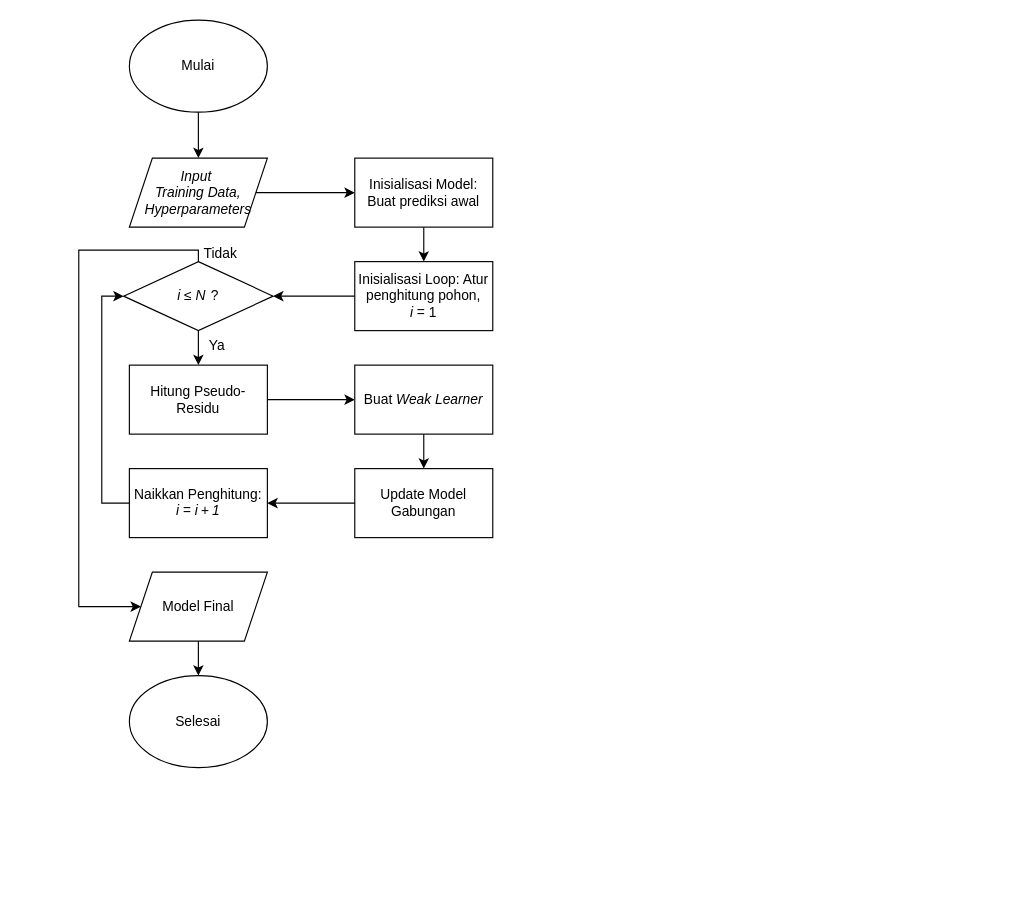
The draw.io diagram diagrams/Flowchart gradient boosting.drawio in fadhilra101/skripsi, before the edit. Source tidied: cells renumbered, new cells numbered last; positions are measured from the earlier drawing's top-left corner, leaving out a move shared by most shapes. Both pictures are drawn from the tidied source at 115%, with x=0, y=0 at pixel (78, 20).
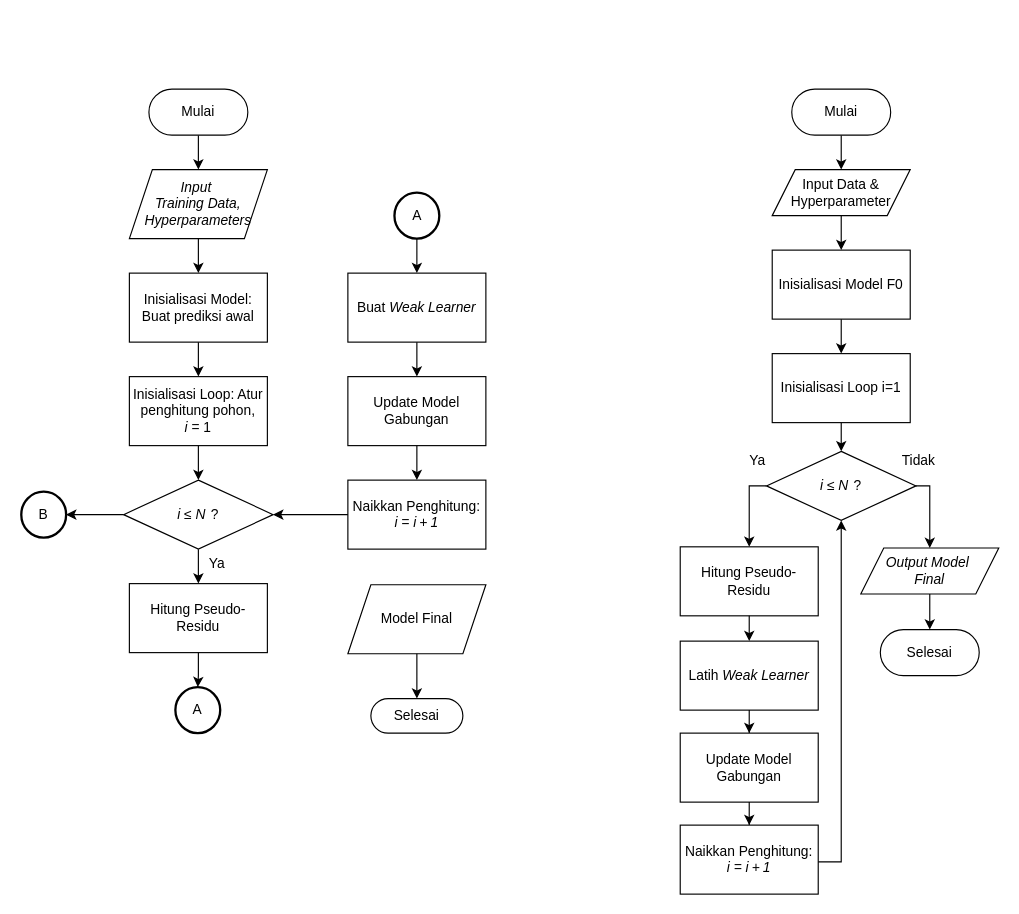
Above is the later version.

What changed in the source:
```diff
@@
-    <mxCell id="2" style="edgeStyle=orthogonalEdgeStyle;rounded=0;jettySize=auto;html=1;" parent="1" edge="1" source="3" target="5">
-      <mxGeometry relative="1" as="geometry" />
-    </mxCell>
-    <mxCell id="3" value="Mulai" style="ellipse;whiteSpace=wrap;html=1;fillColor=none;" parent="1" vertex="1">
-      <mxGeometry x="44" width="120" height="80" as="geometry" />
-    </mxCell>
@@
     <mxCell id="5" value="&lt;i&gt;Input&amp;nbsp;&lt;/i&gt;&lt;div&gt;&lt;i&gt;Training Data, Hyperparameters&lt;/i&gt;&lt;/div&gt;" style="shape=parallelogram;perimeter=parallelogramPerimeter;whiteSpace=wrap;html=1;fixedSize=1;fillColor=none;" parent="1" vertex="1">
-      <mxGeometry x="44" y="120" width="120" height="60" as="geometry" />
+      <mxGeometry x="44" y="130" width="120" height="60" as="geometry" />
     </mxCell>
-    <mxCell id="6" style="edgeStyle=orthogonalEdgeStyle;rounded=0;jettySize=auto;html=1;" parent="1" edge="1" source="7">
-      <mxGeometry relative="1" as="geometry">
-        <mxPoint x="300" y="210" as="targetPoint" />
-      </mxGeometry>
+    <mxCell id="6" style="edgeStyle=orthogonalEdgeStyle;rounded=0;jettySize=auto;html=1;entryX=0.5;entryY=0;entryDx=0;entryDy=0;" parent="1" edge="1" source="7" target="9">
+      <mxGeometry relative="1" as="geometry" />
     </mxCell>
     <mxCell id="7" value="Inisialisasi Model: Buat prediksi awal" style="rounded=0;whiteSpace=wrap;html=1;fillColor=none;" parent="1" vertex="1">
-      <mxGeometry x="240" y="120" width="120" height="60" as="geometry" />
+      <mxGeometry x="44" y="220" width="120" height="60" as="geometry" />
     </mxCell>
-    <mxCell id="8" style="edgeStyle=orthogonalEdgeStyle;rounded=0;jettySize=auto;html=1;" parent="1" edge="1" source="9" target="12">
-      <mxGeometry relative="1" as="geometry" />
+    <mxCell id="8" style="edgeStyle=orthogonalEdgeStyle;rounded=0;jettySize=auto;html=1;" parent="1" edge="1" source="9">
+      <mxGeometry relative="1" as="geometry">
+        <mxPoint x="104" y="400" as="targetPoint" />
+      </mxGeometry>
     </mxCell>
     <mxCell id="9" value="Inisialisasi Loop: Atur penghitung pohon, &lt;span class=&quot;katex&quot;&gt;&lt;span aria-hidden=&quot;true&quot; class=&quot;katex-html&quot;&gt;&lt;span class=&quot;base&quot;&gt;&lt;span style=&quot;height: 0.6595em;&quot; class=&quot;strut&quot;&gt;&lt;/span&gt;&lt;span class=&quot;mord mathnormal&quot;&gt;&lt;i&gt;i&lt;/i&gt;&lt;/span&gt;&lt;span style=&quot;margin-right: 0.2778em;&quot; class=&quot;mspace&quot;&gt;&lt;/span&gt;&lt;span class=&quot;mrel&quot;&gt;=&lt;/span&gt;&lt;span style=&quot;margin-right: 0.2778em;&quot; class=&quot;mspace&quot;&gt;&lt;/span&gt;&lt;/span&gt;&lt;span class=&quot;base&quot;&gt;&lt;span style=&quot;height: 0.6444em;&quot; class=&quot;strut&quot;&gt;&lt;/span&gt;&lt;span class=&quot;mord&quot;&gt;1&lt;/span&gt;&lt;/span&gt;&lt;/span&gt;&lt;/span&gt;" style="rounded=0;whiteSpace=wrap;html=1;fillColor=none;" parent="1" vertex="1">
-      <mxGeometry x="240" y="210" width="120" height="60" as="geometry" />
+      <mxGeometry x="44" y="310" width="120" height="60" as="geometry" />
     </mxCell>
-    <mxCell id="10" style="edgeStyle=orthogonalEdgeStyle;rounded=0;jettySize=auto;html=1;" parent="1" edge="1" source="12" target="14">
-      <mxGeometry relative="1" as="geometry" />
-    </mxCell>
-    <mxCell id="11" style="edgeStyle=orthogonalEdgeStyle;rounded=0;jettySize=auto;html=1;exitX=0.5;exitY=0;exitDx=0;exitDy=0;entryX=0;entryY=0.5;entryDx=0;entryDy=0;" parent="1" edge="1" source="12" target="22">
-      <mxGeometry relative="1" as="geometry">
-        <Array as="points">
-          <mxPoint x="104" y="200" />
-          <mxPoint y="200" />
-          <mxPoint y="510" />
-        </Array>
-      </mxGeometry>
-    </mxCell>
-    <mxCell id="12" value="&lt;i&gt;i&amp;nbsp;&lt;/i&gt;&lt;span style=&quot;&quot; class=&quot;katex&quot;&gt;&lt;span style=&quot;&quot; aria-hidden=&quot;true&quot; class=&quot;katex-html&quot;&gt;&lt;span style=&quot;&quot; class=&quot;base&quot;&gt;&lt;span style=&quot;&quot; class=&quot;mrel&quot;&gt;≤&lt;/span&gt;&lt;span style=&quot;margin-right: 0.2778em; margin-right: 0.2778em;&quot; class=&quot;mspace&quot;&gt;&lt;/span&gt;&lt;/span&gt;&lt;span style=&quot;&quot; class=&quot;base&quot;&gt;&lt;i&gt;&lt;span style=&quot;height: 0.6833em;&quot; class=&quot;strut&quot;&gt;&lt;/span&gt;&lt;span style=&quot;margin-right: 0.109em;&quot; class=&quot;mord mathnormal&quot;&gt;N&lt;/span&gt;&lt;/i&gt;&lt;/span&gt;&lt;/span&gt;&lt;/span&gt; ?" style="rhombus;whiteSpace=wrap;html=1;fillColor=none;" parent="1" vertex="1">
-      <mxGeometry x="39" y="210" width="130" height="60" as="geometry" />
-    </mxCell>
-    <mxCell id="13" style="edgeStyle=orthogonalEdgeStyle;rounded=0;jettySize=auto;html=1;" parent="1" edge="1" source="14" target="16">
-      <mxGeometry relative="1" as="geometry" />
-    </mxCell>
-    <mxCell id="14" value="Hitung Pseudo-Residu" style="rounded=0;whiteSpace=wrap;html=1;fillColor=none;" parent="1" vertex="1">
-      <mxGeometry x="44" y="300" width="120" height="60" as="geometry" />
-    </mxCell>
-    <mxCell id="15" style="edgeStyle=orthogonalEdgeStyle;rounded=0;jettySize=auto;html=1;" parent="1" edge="1" source="16" target="18">
-      <mxGeometry relative="1" as="geometry" />
-    </mxCell>
+    <mxCell id="26" style="edgeStyle=orthogonalEdgeStyle;rounded=0;jettySize=auto;html=1;" parent="1" edge="1" source="27" target="5">
+      <mxGeometry relative="1" as="geometry" />
+    </mxCell>
+    <mxCell id="27" value="Mulai" style="html=1;dashed=0;whiteSpace=wrap;shape=mxgraph.dfd.start;" parent="1" vertex="1">
+      <mxGeometry x="61" y="60" width="86" height="40" as="geometry" />
+    </mxCell>
+    <mxCell id="28" style="edgeStyle=orthogonalEdgeStyle;rounded=0;jettySize=auto;html=1;" parent="1" edge="1" source="29" target="16">
+      <mxGeometry relative="1" as="geometry" />
+    </mxCell>
+    <mxCell id="29" value="A" style="strokeWidth=2;html=1;shape=mxgraph.flowchart.start_2;whiteSpace=wrap;" parent="1" vertex="1">
+      <mxGeometry x="274.5" y="150" width="39" height="40" as="geometry" />
+    </mxCell>
+    <mxCell id="30" style="edgeStyle=orthogonalEdgeStyle;rounded=0;jettySize=auto;html=1;" parent="1" edge="1" source="31" target="42">
+      <mxGeometry relative="1" as="geometry" />
+    </mxCell>
+    <mxCell id="31" value="Hitung Pseudo-Residu" style="rounded=0;whiteSpace=wrap;html=1;fillColor=none;" parent="1" vertex="1">
+      <mxGeometry x="44" y="490" width="120" height="60" as="geometry" />
+    </mxCell>
+    <mxCell id="32" style="edgeStyle=orthogonalEdgeStyle;rounded=0;jettySize=auto;html=1;" parent="1" edge="1" source="16" target="34">
+      <mxGeometry relative="1" as="geometry" />
+    </mxCell>
     <mxCell id="16" value="Buat &lt;i&gt;Weak Learner&lt;/i&gt;" style="rounded=0;whiteSpace=wrap;html=1;fillColor=none;" parent="1" vertex="1">
-      <mxGeometry x="240" y="300" width="120" height="60" as="geometry" />
+      <mxGeometry x="234" y="220" width="120" height="60" as="geometry" />
     </mxCell>
-    <mxCell id="17" style="edgeStyle=orthogonalEdgeStyle;rounded=0;jettySize=auto;html=1;" parent="1" edge="1" source="18" target="20">
-      <mxGeometry relative="1" as="geometry" />
-    </mxCell>
-    <mxCell id="18" value="Update Model Gabungan" style="rounded=0;whiteSpace=wrap;html=1;fillColor=none;" parent="1" vertex="1">
-      <mxGeometry x="240" y="390" width="120" height="60" as="geometry" />
-    </mxCell>
-    <mxCell id="19" style="edgeStyle=orthogonalEdgeStyle;rounded=0;jettySize=auto;html=1;entryX=0;entryY=0.5;entryDx=0;entryDy=0;" parent="1" edge="1" source="20" target="12">
-      <mxGeometry relative="1" as="geometry">
-        <Array as="points">
-          <mxPoint x="20" y="420" />
-          <mxPoint x="20" y="240" />
-        </Array>
-      </mxGeometry>
-    </mxCell>
-    <mxCell id="20" value="Naikkan Penghitung: &lt;span class=&quot;katex&quot;&gt;&lt;span aria-hidden=&quot;true&quot; class=&quot;katex-html&quot;&gt;&lt;i&gt;&lt;span class=&quot;base&quot;&gt;&lt;span style=&quot;height: 0.6595em;&quot; class=&quot;strut&quot;&gt;&lt;/span&gt;&lt;span class=&quot;mord mathnormal&quot;&gt;i&lt;/span&gt;&lt;span style=&quot;margin-right: 0.2778em;&quot; class=&quot;mspace&quot;&gt;&lt;/span&gt;&lt;span class=&quot;mrel&quot;&gt;=&lt;/span&gt;&lt;span style=&quot;margin-right: 0.2778em;&quot; class=&quot;mspace&quot;&gt;&lt;/span&gt;&lt;/span&gt;&lt;span class=&quot;base&quot;&gt;&lt;span style=&quot;height: 0.7429em; vertical-align: -0.0833em;&quot; class=&quot;strut&quot;&gt;&lt;/span&gt;&lt;span class=&quot;mord mathnormal&quot;&gt;i&lt;/span&gt;&lt;span style=&quot;margin-right: 0.2222em;&quot; class=&quot;mspace&quot;&gt;&lt;/span&gt;&lt;span class=&quot;mbin&quot;&gt;+&lt;/span&gt;&lt;span style=&quot;margin-right: 0.2222em;&quot; class=&quot;mspace&quot;&gt;&lt;/span&gt;&lt;/span&gt;&lt;span class=&quot;base&quot;&gt;&lt;span style=&quot;height: 0.6444em;&quot; class=&quot;strut&quot;&gt;&lt;/span&gt;&lt;span class=&quot;mord&quot;&gt;1&lt;/span&gt;&lt;/span&gt;&lt;/i&gt;&lt;/span&gt;&lt;/span&gt;" style="rounded=0;whiteSpace=wrap;html=1;fillColor=none;" parent="1" vertex="1">
-      <mxGeometry x="44" y="390" width="120" height="60" as="geometry" />
-    </mxCell>
-    <mxCell id="21" style="edgeStyle=orthogonalEdgeStyle;rounded=0;jettySize=auto;html=1;" parent="1" edge="1" source="22" target="24">
-      <mxGeometry relative="1" as="geometry" />
-    </mxCell>
+    <mxCell id="33" style="edgeStyle=orthogonalEdgeStyle;rounded=0;jettySize=auto;html=1;" parent="1" edge="1" source="34" target="36">
+      <mxGeometry relative="1" as="geometry" />
+    </mxCell>
+    <mxCell id="34" value="Update Model Gabungan" style="rounded=0;whiteSpace=wrap;html=1;fillColor=none;" parent="1" vertex="1">
+      <mxGeometry x="234" y="310" width="120" height="60" as="geometry" />
+    </mxCell>
+    <mxCell id="35" style="edgeStyle=orthogonalEdgeStyle;rounded=0;jettySize=auto;html=1;entryX=1;entryY=0.5;entryDx=0;entryDy=0;" parent="1" edge="1" source="36" target="41">
+      <mxGeometry relative="1" as="geometry" />
+    </mxCell>
+    <mxCell id="36" value="Naikkan Penghitung: &lt;span class=&quot;katex&quot;&gt;&lt;span aria-hidden=&quot;true&quot; class=&quot;katex-html&quot;&gt;&lt;i&gt;&lt;span class=&quot;base&quot;&gt;&lt;span style=&quot;height: 0.6595em;&quot; class=&quot;strut&quot;&gt;&lt;/span&gt;&lt;span class=&quot;mord mathnormal&quot;&gt;i&lt;/span&gt;&lt;span style=&quot;margin-right: 0.2778em;&quot; class=&quot;mspace&quot;&gt;&lt;/span&gt;&lt;span class=&quot;mrel&quot;&gt;=&lt;/span&gt;&lt;span style=&quot;margin-right: 0.2778em;&quot; class=&quot;mspace&quot;&gt;&lt;/span&gt;&lt;/span&gt;&lt;span class=&quot;base&quot;&gt;&lt;span style=&quot;height: 0.7429em; vertical-align: -0.0833em;&quot; class=&quot;strut&quot;&gt;&lt;/span&gt;&lt;span class=&quot;mord mathnormal&quot;&gt;i&lt;/span&gt;&lt;span style=&quot;margin-right: 0.2222em;&quot; class=&quot;mspace&quot;&gt;&lt;/span&gt;&lt;span class=&quot;mbin&quot;&gt;+&lt;/span&gt;&lt;span style=&quot;margin-right: 0.2222em;&quot; class=&quot;mspace&quot;&gt;&lt;/span&gt;&lt;/span&gt;&lt;span class=&quot;base&quot;&gt;&lt;span style=&quot;height: 0.6444em;&quot; class=&quot;strut&quot;&gt;&lt;/span&gt;&lt;span class=&quot;mord&quot;&gt;1&lt;/span&gt;&lt;/span&gt;&lt;/i&gt;&lt;/span&gt;&lt;/span&gt;" style="rounded=0;whiteSpace=wrap;html=1;fillColor=none;" parent="1" vertex="1">
+      <mxGeometry x="234" y="400" width="120" height="60" as="geometry" />
+    </mxCell>
+    <mxCell id="37" style="edgeStyle=orthogonalEdgeStyle;rounded=0;jettySize=auto;html=1;" parent="1" edge="1" source="22" target="38">
+      <mxGeometry relative="1" as="geometry" />
+    </mxCell>
     <mxCell id="22" value="Model Final" style="shape=parallelogram;perimeter=parallelogramPerimeter;whiteSpace=wrap;html=1;fixedSize=1;strokeColor=default;align=center;verticalAlign=middle;fontFamily=Helvetica;fontSize=12;fontColor=default;fillColor=none;" parent="1" vertex="1">
-      <mxGeometry x="44" y="480" width="120" height="60" as="geometry" />
+      <mxGeometry x="234" y="491" width="120" height="60" as="geometry" />
     </mxCell>
-    <mxCell id="23" value="Ya" style="text;html=1;align=center;verticalAlign=middle;strokeColor=none;fillColor=none;" parent="1" vertex="1">
-      <mxGeometry x="100" y="268" width="40" height="30" as="geometry" />
-    </mxCell>
-    <mxCell id="24" value="Selesai" style="ellipse;whiteSpace=wrap;html=1;strokeColor=default;align=center;verticalAlign=middle;fontFamily=Helvetica;fontSize=12;fontColor=default;fillColor=none;" parent="1" vertex="1">
-      <mxGeometry x="44" y="570" width="120" height="80" as="geometry" />
-    </mxCell>
+    <mxCell id="38" value="Selesai" style="html=1;dashed=0;whiteSpace=wrap;shape=mxgraph.dfd.start;" parent="1" vertex="1">
+      <mxGeometry x="254" y="590" width="80" height="30" as="geometry" />
+    </mxCell>
+    <mxCell id="39" style="edgeStyle=orthogonalEdgeStyle;rounded=0;jettySize=auto;html=1;entryX=0.5;entryY=0;entryDx=0;entryDy=0;" parent="1" edge="1" source="41" target="31">
+      <mxGeometry relative="1" as="geometry" />
+    </mxCell>
+    <mxCell id="40" style="edgeStyle=orthogonalEdgeStyle;rounded=0;jettySize=auto;html=1;" parent="1" edge="1" source="41" target="44">
+      <mxGeometry relative="1" as="geometry" />
+    </mxCell>
+    <mxCell id="41" value="&lt;i&gt;i&amp;nbsp;&lt;/i&gt;&lt;span style=&quot;&quot; class=&quot;katex&quot;&gt;&lt;span style=&quot;&quot; aria-hidden=&quot;true&quot; class=&quot;katex-html&quot;&gt;&lt;span style=&quot;&quot; class=&quot;base&quot;&gt;&lt;span style=&quot;&quot; class=&quot;mrel&quot;&gt;≤&lt;/span&gt;&lt;span style=&quot;margin-right: 0.2778em; margin-right: 0.2778em;&quot; class=&quot;mspace&quot;&gt;&lt;/span&gt;&lt;/span&gt;&lt;span style=&quot;&quot; class=&quot;base&quot;&gt;&lt;i&gt;&lt;span style=&quot;height: 0.6833em;&quot; class=&quot;strut&quot;&gt;&lt;/span&gt;&lt;span style=&quot;margin-right: 0.109em;&quot; class=&quot;mord mathnormal&quot;&gt;N&lt;/span&gt;&lt;/i&gt;&lt;/span&gt;&lt;/span&gt;&lt;/span&gt; ?" style="rhombus;whiteSpace=wrap;html=1;fillColor=none;" parent="1" vertex="1">
+      <mxGeometry x="39" y="400" width="130" height="60" as="geometry" />
+    </mxCell>
+    <mxCell id="42" value="A" style="strokeWidth=2;html=1;shape=mxgraph.flowchart.start_2;whiteSpace=wrap;" parent="1" vertex="1">
+      <mxGeometry x="84" y="580" width="39" height="40" as="geometry" />
+    </mxCell>
+    <mxCell id="43" value="Ya" style="text;html=1;align=center;verticalAlign=middle;strokeColor=none;fillColor=none;" parent="1" vertex="1">
+      <mxGeometry x="100" y="458" width="40" height="30" as="geometry" />
+    </mxCell>
+    <mxCell id="44" value="B" style="strokeWidth=2;html=1;shape=mxgraph.flowchart.start_2;whiteSpace=wrap;" parent="1" vertex="1">
+      <mxGeometry x="-50" y="410" width="39" height="40" as="geometry" />
+    </mxCell>
+    <mxCell id="45" style="edgeStyle=orthogonalEdgeStyle;rounded=0;jettySize=auto;html=1;" parent="1" edge="1" source="46" target="48">
+      <mxGeometry relative="1" as="geometry" />
+    </mxCell>
+    <mxCell id="46" value="Mulai" style="html=1;dashed=0;whiteSpace=wrap;shape=mxgraph.dfd.start;" parent="1" vertex="1">
+      <mxGeometry x="620" y="60" width="86" height="40" as="geometry" />
+    </mxCell>
+    <mxCell id="47" style="edgeStyle=orthogonalEdgeStyle;rounded=0;jettySize=auto;html=1;" parent="1" edge="1" source="48" target="50">
+      <mxGeometry relative="1" as="geometry" />
+    </mxCell>
+    <mxCell id="48" value="Input Data &amp;amp; Hyperparameter" style="shape=parallelogram;perimeter=parallelogramPerimeter;whiteSpace=wrap;html=1;fixedSize=1;fillColor=none;" parent="1" vertex="1">
+      <mxGeometry x="603" y="130" width="120" height="40" as="geometry" />
+    </mxCell>
+    <mxCell id="49" style="edgeStyle=orthogonalEdgeStyle;rounded=0;jettySize=auto;html=1;" parent="1" edge="1" source="50" target="52">
+      <mxGeometry relative="1" as="geometry" />
+    </mxCell>
+    <mxCell id="50" value="Inisialisasi Model F0" style="rounded=0;whiteSpace=wrap;html=1;fillColor=none;" parent="1" vertex="1">
+      <mxGeometry x="603" y="200" width="120" height="60" as="geometry" />
+    </mxCell>
+    <mxCell id="51" style="edgeStyle=orthogonalEdgeStyle;rounded=0;jettySize=auto;html=1;" parent="1" edge="1" source="52" target="55">
+      <mxGeometry relative="1" as="geometry" />
+    </mxCell>
+    <mxCell id="52" value="Inisialisasi Loop i=1" style="rounded=0;whiteSpace=wrap;html=1;fillColor=none;" parent="1" vertex="1">
+      <mxGeometry x="603" y="290" width="120" height="60" as="geometry" />
+    </mxCell>
+    <mxCell id="53" style="edgeStyle=orthogonalEdgeStyle;rounded=0;jettySize=auto;html=1;" parent="1" edge="1" source="55" target="57">
+      <mxGeometry relative="1" as="geometry">
+        <Array as="points">
+          <mxPoint x="740" y="405" />
+        </Array>
+      </mxGeometry>
+    </mxCell>
+    <mxCell id="54" style="edgeStyle=orthogonalEdgeStyle;rounded=0;jettySize=auto;html=1;entryX=0.5;entryY=0;entryDx=0;entryDy=0;" parent="1" edge="1" source="55" target="60">
+      <mxGeometry relative="1" as="geometry">
+        <Array as="points">
+          <mxPoint x="583" y="405" />
+        </Array>
+      </mxGeometry>
+    </mxCell>
+    <mxCell id="55" value="&lt;i&gt;i&amp;nbsp;&lt;/i&gt;&lt;span style=&quot;&quot; class=&quot;katex&quot;&gt;&lt;span style=&quot;&quot; aria-hidden=&quot;true&quot; class=&quot;katex-html&quot;&gt;&lt;span style=&quot;&quot; class=&quot;base&quot;&gt;&lt;span style=&quot;&quot; class=&quot;mrel&quot;&gt;≤&lt;/span&gt;&lt;span style=&quot;margin-right: 0.2778em; margin-right: 0.2778em;&quot; class=&quot;mspace&quot;&gt;&lt;/span&gt;&lt;/span&gt;&lt;span style=&quot;&quot; class=&quot;base&quot;&gt;&lt;i&gt;&lt;span style=&quot;height: 0.6833em;&quot; class=&quot;strut&quot;&gt;&lt;/span&gt;&lt;span style=&quot;margin-right: 0.109em;&quot; class=&quot;mord mathnormal&quot;&gt;N&lt;/span&gt;&lt;/i&gt;&lt;/span&gt;&lt;/span&gt;&lt;/span&gt; ?" style="rhombus;whiteSpace=wrap;html=1;fillColor=none;" parent="1" vertex="1">
+      <mxGeometry x="598" y="375" width="130" height="60" as="geometry" />
+    </mxCell>
+    <mxCell id="56" style="edgeStyle=orthogonalEdgeStyle;rounded=0;jettySize=auto;html=1;" parent="1" edge="1" source="57" target="58">
+      <mxGeometry relative="1" as="geometry" />
+    </mxCell>
+    <mxCell id="57" value="&lt;i&gt;Output Model&amp;nbsp;&lt;/i&gt;&lt;div&gt;&lt;i&gt;Final&lt;/i&gt;&lt;/div&gt;" style="shape=parallelogram;perimeter=parallelogramPerimeter;whiteSpace=wrap;html=1;fixedSize=1;fillColor=none;" parent="1" vertex="1">
+      <mxGeometry x="680" y="459" width="120" height="40" as="geometry" />
+    </mxCell>
+    <mxCell id="58" value="Selesai" style="html=1;dashed=0;whiteSpace=wrap;shape=mxgraph.dfd.start;" parent="1" vertex="1">
+      <mxGeometry x="697" y="530" width="86" height="40" as="geometry" />
+    </mxCell>
     <mxCell id="25" value="Tidak" style="text;html=1;align=center;verticalAlign=middle;strokeColor=none;fillColor=none;" parent="1" vertex="1">
-      <mxGeometry x="98" y="188" width="50" height="30" as="geometry" />
+      <mxGeometry x="705" y="368" width="50" height="30" as="geometry" />
     </mxCell>
+    <mxCell id="59" style="edgeStyle=orthogonalEdgeStyle;rounded=0;jettySize=auto;html=1;" parent="1" edge="1" source="60" target="62">
+      <mxGeometry relative="1" as="geometry" />
+    </mxCell>
+    <mxCell id="60" value="Hitung Pseudo-Residu" style="rounded=0;whiteSpace=wrap;html=1;fillColor=none;" parent="1" vertex="1">
+      <mxGeometry x="523" y="458" width="120" height="60" as="geometry" />
+    </mxCell>
+    <mxCell id="61" style="edgeStyle=orthogonalEdgeStyle;rounded=0;jettySize=auto;html=1;" parent="1" edge="1" source="62" target="64">
+      <mxGeometry relative="1" as="geometry" />
+    </mxCell>
+    <mxCell id="62" value="Latih&amp;nbsp;&lt;i&gt;Weak Learner&lt;/i&gt;" style="rounded=0;whiteSpace=wrap;html=1;fillColor=none;" parent="1" vertex="1">
+      <mxGeometry x="523" y="540" width="120" height="60" as="geometry" />
+    </mxCell>
+    <mxCell id="63" style="edgeStyle=orthogonalEdgeStyle;rounded=0;jettySize=auto;html=1;" parent="1" edge="1" source="64" target="66">
+      <mxGeometry relative="1" as="geometry" />
+    </mxCell>
+    <mxCell id="64" value="Update Model Gabungan" style="rounded=0;whiteSpace=wrap;html=1;fillColor=none;" parent="1" vertex="1">
+      <mxGeometry x="523" y="620" width="120" height="60" as="geometry" />
+    </mxCell>
+    <mxCell id="65" style="edgeStyle=orthogonalEdgeStyle;rounded=0;jettySize=auto;html=1;entryX=0.5;entryY=1;entryDx=0;entryDy=0;" parent="1" edge="1" source="66" target="55">
+      <mxGeometry relative="1" as="geometry">
+        <Array as="points">
+          <mxPoint x="663" y="732" />
+        </Array>
+      </mxGeometry>
+    </mxCell>
+    <mxCell id="66" value="Naikkan Penghitung: &lt;span class=&quot;katex&quot;&gt;&lt;span aria-hidden=&quot;true&quot; class=&quot;katex-html&quot;&gt;&lt;i&gt;&lt;span class=&quot;base&quot;&gt;&lt;span style=&quot;height: 0.6595em;&quot; class=&quot;strut&quot;&gt;&lt;/span&gt;&lt;span class=&quot;mord mathnormal&quot;&gt;i&lt;/span&gt;&lt;span style=&quot;margin-right: 0.2778em;&quot; class=&quot;mspace&quot;&gt;&lt;/span&gt;&lt;span class=&quot;mrel&quot;&gt;=&lt;/span&gt;&lt;span style=&quot;margin-right: 0.2778em;&quot; class=&quot;mspace&quot;&gt;&lt;/span&gt;&lt;/span&gt;&lt;span class=&quot;base&quot;&gt;&lt;span style=&quot;height: 0.7429em; vertical-align: -0.0833em;&quot; class=&quot;strut&quot;&gt;&lt;/span&gt;&lt;span class=&quot;mord mathnormal&quot;&gt;i&lt;/span&gt;&lt;span style=&quot;margin-right: 0.2222em;&quot; class=&quot;mspace&quot;&gt;&lt;/span&gt;&lt;span class=&quot;mbin&quot;&gt;+&lt;/span&gt;&lt;span style=&quot;margin-right: 0.2222em;&quot; class=&quot;mspace&quot;&gt;&lt;/span&gt;&lt;/span&gt;&lt;span class=&quot;base&quot;&gt;&lt;span style=&quot;height: 0.6444em;&quot; class=&quot;strut&quot;&gt;&lt;/span&gt;&lt;span class=&quot;mord&quot;&gt;1&lt;/span&gt;&lt;/span&gt;&lt;/i&gt;&lt;/span&gt;&lt;/span&gt;" style="rounded=0;whiteSpace=wrap;html=1;fillColor=none;" parent="1" vertex="1">
+      <mxGeometry x="523" y="700" width="120" height="60" as="geometry" />
+    </mxCell>
+    <mxCell id="67" value="Ya" style="text;html=1;align=center;verticalAlign=middle;strokeColor=none;fillColor=none;" parent="1" vertex="1">
+      <mxGeometry x="570" y="368" width="40" height="30" as="geometry" />
+    </mxCell>
```
